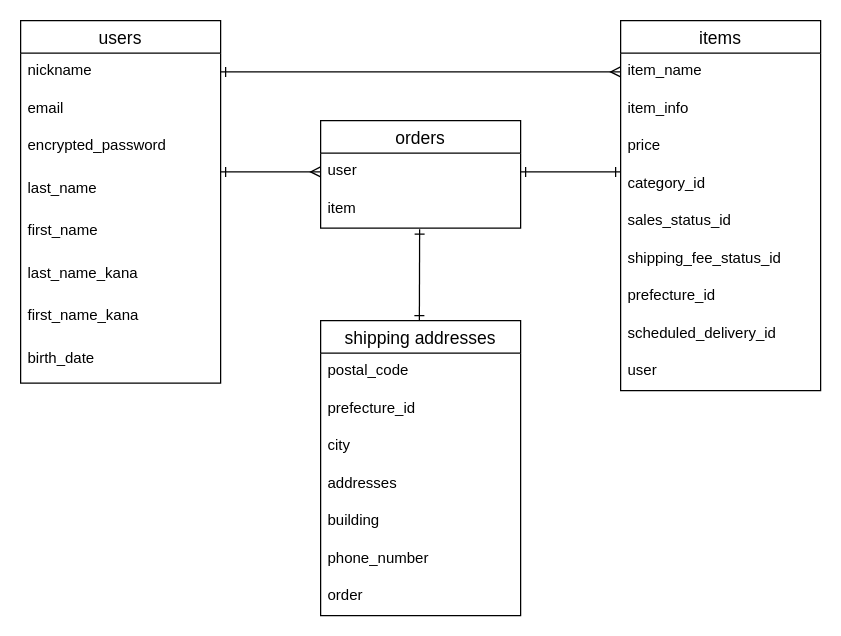
Above: furima-37817.dio in kazami1066/furima-37817 (draw.io), before the change. Source tidied: cells renumbered, new cells numbered last; positions are measured from the earlier drawing's top-left corner, leaving out a move shared by most shapes. Both pictures are drawn from the tidied source at 125%, with x=0, y=0 at pixel (20, 20).
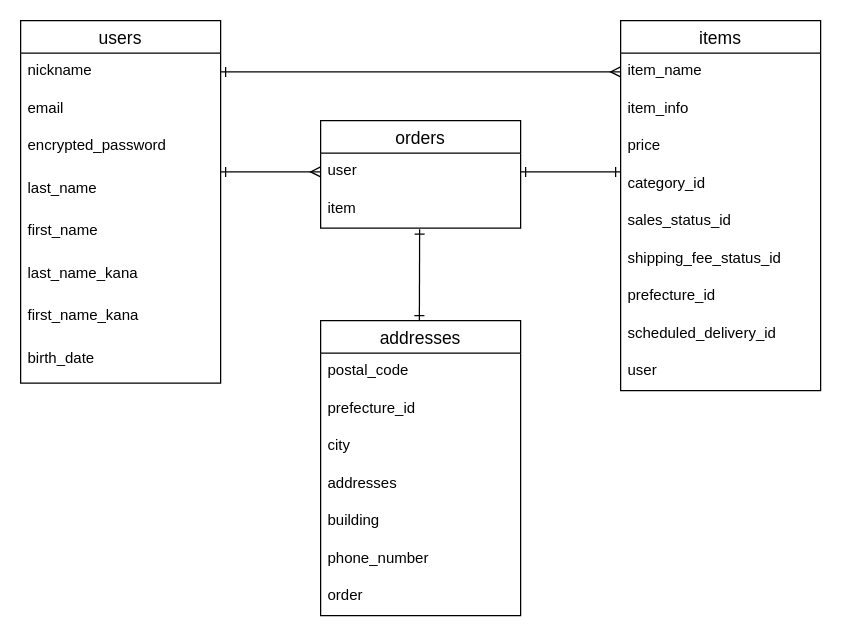
The same diagram, later.

What changed in the source:
```diff
@@
-    <mxCell id="26" value="shipping addresses" style="swimlane;fontStyle=0;horizontal=1;startSize=26;align=center;fontSize=14;" parent="1" vertex="1">
+    <mxCell id="26" value="addresses" style="swimlane;fontStyle=0;horizontal=1;startSize=26;align=center;fontSize=14;" parent="1" vertex="1">
       <mxGeometry x="240" y="240" width="160" height="236" as="geometry" />
     </mxCell>
```
